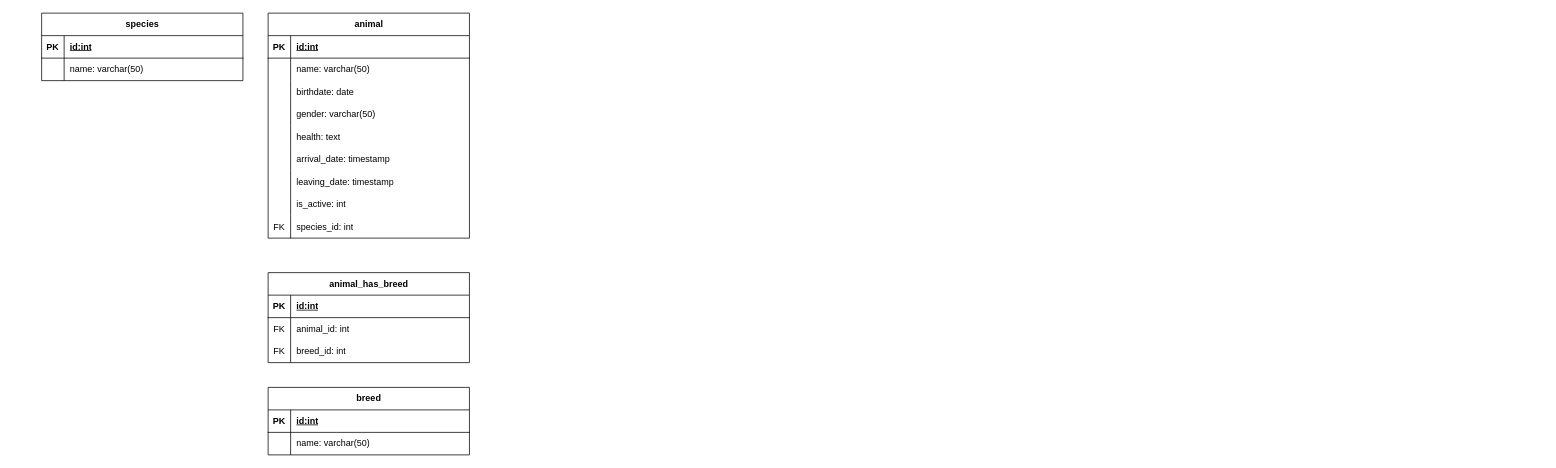
Above: Diagramme sans nom.drawio in AlainBonneau/Calculator (draw.io), before the change. Source tidied: cells renumbered, new cells numbered last; positions are measured from the earlier drawing's top-left corner, leaving out a move shared by most shapes. Both pictures are drawn from the tidied source at 75%, with x=0, y=0 at pixel (41, 13).
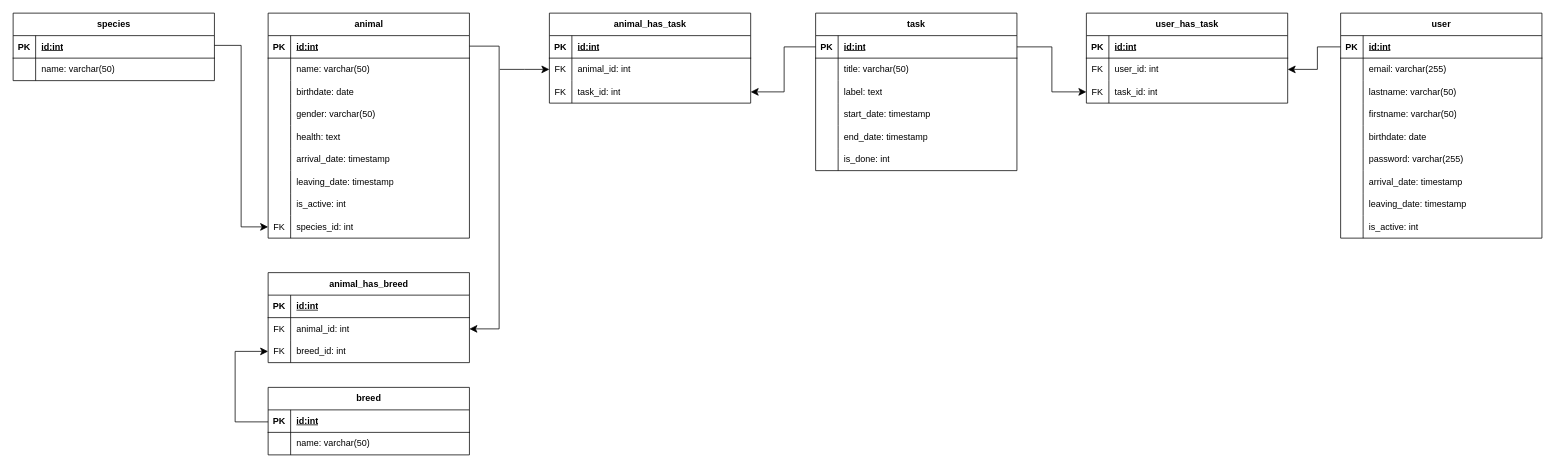
The same page after the edit.

Commit message (it also covers changes not shown here):
Mettre à jour Diagramme sans nom.drawio

Unchanged cells that the change refers to:
```xml
<mxCell id="27" style="shape=tableRow;horizontal=0;startSize=0;swimlaneHead=0;swimlaneBody=0;fillColor=none;points=[[0,0.5],[1,0.5]];portConstraint=eastwest;top=0;left=0;right=0;bottom=0;" parent="2" vertex="1">
  <mxGeometry y="270" width="268.4" height="30" as="geometry" />
</mxCell>
<mxCell id="41" style="shape=tableRow;horizontal=0;startSize=0;swimlaneHead=0;swimlaneBody=0;fillColor=none;points=[[0,0.5],[1,0.5]];portConstraint=eastwest;top=0;left=0;right=0;bottom=0;" parent="37" vertex="1">
  <mxGeometry y="60" width="268.4" height="30" as="geometry" />
</mxCell>
<mxCell id="44" style="shape=tableRow;horizontal=0;startSize=0;swimlaneHead=0;swimlaneBody=0;fillColor=none;points=[[0,0.5],[1,0.5]];portConstraint=eastwest;top=0;left=0;right=0;bottom=0;" parent="37" vertex="1">
  <mxGeometry y="90" width="268.4" height="30" as="geometry" />
</mxCell>
```

Change to the diagram source:
```diff
@@
     <mxCell id="30" value="species" style="shape=table;startSize=30;childLayout=tableLayout;rowLines=0;fontStyle=1;align=center;html=1;" parent="1" vertex="1">
-      <mxGeometry width="268.4" height="90" as="geometry" />
+      <mxGeometry x="-38" width="268.4" height="90" as="geometry" />
     </mxCell>
@@
+    <mxCell id="54" value="animal_has_task" style="shape=table;startSize=30;childLayout=tableLayout;rowLines=0;fontStyle=1;align=center;html=1;" parent="1" vertex="1">
+      <mxGeometry x="677" width="268.4" height="120" as="geometry" />
+    </mxCell>
+    <mxCell id="55" style="shape=tableRow;horizontal=0;startSize=0;swimlaneHead=0;swimlaneBody=0;fillColor=none;top=0;left=0;right=0;bottom=1;" parent="54" vertex="1">
+      <mxGeometry y="30" width="268.4" height="30" as="geometry" />
+    </mxCell>
+    <mxCell id="56" value="PK" style="shape=partialRectangle;fillColor=none;top=0;left=0;bottom=0;right=0;fontStyle=1;overflow=hidden;whiteSpace=wrap;html=1;" parent="55" vertex="1">
+      <mxGeometry width="30" height="30" as="geometry" />
+    </mxCell>
+    <mxCell id="57" value="id:int" style="shape=partialRectangle;fillColor=none;top=0;left=0;bottom=0;right=0;align=left;spacingLeft=6;fontStyle=5;overflow=hidden;whiteSpace=wrap;html=1;" parent="55" vertex="1">
+      <mxGeometry x="30" width="238.4" height="30" as="geometry" />
+    </mxCell>
+    <mxCell id="58" style="shape=tableRow;horizontal=0;startSize=0;swimlaneHead=0;swimlaneBody=0;fillColor=none;points=[[0,0.5],[1,0.5]];portConstraint=eastwest;top=0;left=0;right=0;bottom=0;" parent="54" vertex="1">
+      <mxGeometry y="60" width="268.4" height="30" as="geometry" />
+    </mxCell>
+    <mxCell id="59" value="FK" style="shape=partialRectangle;fillColor=none;top=0;left=0;bottom=0;right=0;overflow=hidden;whiteSpace=wrap;html=1;" parent="58" vertex="1">
+      <mxGeometry width="30" height="30" as="geometry" />
+    </mxCell>
+    <mxCell id="60" value="animal_id: int" style="shape=partialRectangle;fillColor=none;top=0;left=0;bottom=0;right=0;align=left;spacingLeft=6;overflow=hidden;whiteSpace=wrap;html=1;" parent="58" vertex="1">
+      <mxGeometry x="30" width="238.4" height="30" as="geometry" />
+    </mxCell>
+    <mxCell id="61" style="shape=tableRow;horizontal=0;startSize=0;swimlaneHead=0;swimlaneBody=0;fillColor=none;points=[[0,0.5],[1,0.5]];portConstraint=eastwest;top=0;left=0;right=0;bottom=0;" parent="54" vertex="1">
+      <mxGeometry y="90" width="268.4" height="30" as="geometry" />
+    </mxCell>
+    <mxCell id="62" value="FK" style="shape=partialRectangle;fillColor=none;top=0;left=0;bottom=0;right=0;overflow=hidden;whiteSpace=wrap;html=1;" parent="61" vertex="1">
+      <mxGeometry width="30" height="30" as="geometry" />
+    </mxCell>
+    <mxCell id="63" value="task_id: int" style="shape=partialRectangle;fillColor=none;top=0;left=0;bottom=0;right=0;align=left;spacingLeft=6;overflow=hidden;whiteSpace=wrap;html=1;" parent="61" vertex="1">
+      <mxGeometry x="30" width="238.4" height="30" as="geometry" />
+    </mxCell>
+    <mxCell id="64" value="task" style="shape=table;startSize=30;childLayout=tableLayout;rowLines=0;fontStyle=1;align=center;html=1;" parent="1" vertex="1">
+      <mxGeometry x="1032" width="268.4" height="210" as="geometry" />
+    </mxCell>
+    <mxCell id="65" style="shape=tableRow;horizontal=0;startSize=0;swimlaneHead=0;swimlaneBody=0;fillColor=none;points=[[0,0.5],[1,0.5]];portConstraint=eastwest;top=0;left=0;right=0;bottom=1;" parent="64" vertex="1">
+      <mxGeometry y="30" width="268.4" height="30" as="geometry" />
+    </mxCell>
+    <mxCell id="66" value="PK" style="shape=partialRectangle;fillColor=none;top=0;left=0;bottom=0;right=0;fontStyle=1;overflow=hidden;whiteSpace=wrap;html=1;" parent="65" vertex="1">
+      <mxGeometry width="30" height="30" as="geometry" />
+    </mxCell>
+    <mxCell id="67" value="id:int" style="shape=partialRectangle;fillColor=none;top=0;left=0;bottom=0;right=0;align=left;spacingLeft=6;fontStyle=5;overflow=hidden;whiteSpace=wrap;html=1;" parent="65" vertex="1">
+      <mxGeometry x="30" width="238.4" height="30" as="geometry" />
+    </mxCell>
+    <mxCell id="68" style="shape=tableRow;horizontal=0;startSize=0;swimlaneHead=0;swimlaneBody=0;fillColor=none;top=0;left=0;right=0;bottom=0;" parent="64" vertex="1">
+      <mxGeometry y="60" width="268.4" height="30" as="geometry" />
+    </mxCell>
+    <mxCell id="69" style="shape=partialRectangle;fillColor=none;top=0;left=0;bottom=0;right=0;overflow=hidden;whiteSpace=wrap;html=1;" parent="68" vertex="1">
+      <mxGeometry width="30" height="30" as="geometry" />
+    </mxCell>
+    <mxCell id="70" value="title: varchar(50)" style="shape=partialRectangle;fillColor=none;top=0;left=0;bottom=0;right=0;align=left;spacingLeft=6;overflow=hidden;whiteSpace=wrap;html=1;" parent="68" vertex="1">
+      <mxGeometry x="30" width="238.4" height="30" as="geometry" />
+    </mxCell>
+    <mxCell id="71" style="shape=tableRow;horizontal=0;startSize=0;swimlaneHead=0;swimlaneBody=0;fillColor=none;top=0;left=0;right=0;bottom=0;" parent="64" vertex="1">
+      <mxGeometry y="90" width="268.4" height="30" as="geometry" />
+    </mxCell>
+    <mxCell id="72" style="shape=partialRectangle;fillColor=none;top=0;left=0;bottom=0;right=0;overflow=hidden;whiteSpace=wrap;html=1;" parent="71" vertex="1">
+      <mxGeometry width="30" height="30" as="geometry" />
+    </mxCell>
+    <mxCell id="73" value="label: text" style="shape=partialRectangle;fillColor=none;top=0;left=0;bottom=0;right=0;align=left;spacingLeft=6;overflow=hidden;whiteSpace=wrap;html=1;" parent="71" vertex="1">
+      <mxGeometry x="30" width="238.4" height="30" as="geometry" />
+    </mxCell>
+    <mxCell id="74" style="shape=tableRow;horizontal=0;startSize=0;swimlaneHead=0;swimlaneBody=0;fillColor=none;top=0;left=0;right=0;bottom=0;" parent="64" vertex="1">
+      <mxGeometry y="120" width="268.4" height="30" as="geometry" />
+    </mxCell>
+    <mxCell id="75" style="shape=partialRectangle;fillColor=none;top=0;left=0;bottom=0;right=0;overflow=hidden;whiteSpace=wrap;html=1;" parent="74" vertex="1">
+      <mxGeometry width="30" height="30" as="geometry" />
+    </mxCell>
+    <mxCell id="76" value="start_date: timestamp" style="shape=partialRectangle;fillColor=none;top=0;left=0;bottom=0;right=0;align=left;spacingLeft=6;overflow=hidden;whiteSpace=wrap;html=1;" parent="74" vertex="1">
+      <mxGeometry x="30" width="238.4" height="30" as="geometry" />
+    </mxCell>
+    <mxCell id="77" style="shape=tableRow;horizontal=0;startSize=0;swimlaneHead=0;swimlaneBody=0;fillColor=none;top=0;left=0;right=0;bottom=0;" parent="64" vertex="1">
+      <mxGeometry y="150" width="268.4" height="30" as="geometry" />
+    </mxCell>
+    <mxCell id="78" style="shape=partialRectangle;fillColor=none;top=0;left=0;bottom=0;right=0;overflow=hidden;whiteSpace=wrap;html=1;" parent="77" vertex="1">
+      <mxGeometry width="30" height="30" as="geometry" />
+    </mxCell>
+    <mxCell id="79" value="end_date: timestamp" style="shape=partialRectangle;fillColor=none;top=0;left=0;bottom=0;right=0;align=left;spacingLeft=6;overflow=hidden;whiteSpace=wrap;html=1;" parent="77" vertex="1">
+      <mxGeometry x="30" width="238.4" height="30" as="geometry" />
+    </mxCell>
+    <mxCell id="80" style="shape=tableRow;horizontal=0;startSize=0;swimlaneHead=0;swimlaneBody=0;fillColor=none;top=0;left=0;right=0;bottom=0;" parent="64" vertex="1">
+      <mxGeometry y="180" width="268.4" height="30" as="geometry" />
+    </mxCell>
+    <mxCell id="81" style="shape=partialRectangle;fillColor=none;top=0;left=0;bottom=0;right=0;overflow=hidden;whiteSpace=wrap;html=1;" parent="80" vertex="1">
+      <mxGeometry width="30" height="30" as="geometry" />
+    </mxCell>
+    <mxCell id="82" value="is_done: int" style="shape=partialRectangle;fillColor=none;top=0;left=0;bottom=0;right=0;align=left;spacingLeft=6;overflow=hidden;whiteSpace=wrap;html=1;" parent="80" vertex="1">
+      <mxGeometry x="30" width="238.4" height="30" as="geometry" />
+    </mxCell>
+    <mxCell id="83" value="user_has_task" style="shape=table;startSize=30;childLayout=tableLayout;rowLines=0;fontStyle=1;align=center;html=1;" parent="1" vertex="1">
+      <mxGeometry x="1393" width="268.4" height="120" as="geometry" />
+    </mxCell>
+    <mxCell id="84" style="shape=tableRow;horizontal=0;startSize=0;swimlaneHead=0;swimlaneBody=0;fillColor=none;top=0;left=0;right=0;bottom=1;" parent="83" vertex="1">
+      <mxGeometry y="30" width="268.4" height="30" as="geometry" />
+    </mxCell>
+    <mxCell id="85" value="PK" style="shape=partialRectangle;fillColor=none;top=0;left=0;bottom=0;right=0;fontStyle=1;overflow=hidden;whiteSpace=wrap;html=1;" parent="84" vertex="1">
+      <mxGeometry width="30" height="30" as="geometry" />
+    </mxCell>
+    <mxCell id="86" value="id:int" style="shape=partialRectangle;fillColor=none;top=0;left=0;bottom=0;right=0;align=left;spacingLeft=6;fontStyle=5;overflow=hidden;whiteSpace=wrap;html=1;" parent="84" vertex="1">
+      <mxGeometry x="30" width="238.4" height="30" as="geometry" />
+    </mxCell>
+    <mxCell id="87" style="shape=tableRow;horizontal=0;startSize=0;swimlaneHead=0;swimlaneBody=0;fillColor=none;points=[[0,0.5],[1,0.5]];portConstraint=eastwest;top=0;left=0;right=0;bottom=0;" parent="83" vertex="1">
+      <mxGeometry y="60" width="268.4" height="30" as="geometry" />
+    </mxCell>
+    <mxCell id="88" value="FK" style="shape=partialRectangle;fillColor=none;top=0;left=0;bottom=0;right=0;overflow=hidden;whiteSpace=wrap;html=1;" parent="87" vertex="1">
+      <mxGeometry width="30" height="30" as="geometry" />
+    </mxCell>
+    <mxCell id="89" value="user_id: int" style="shape=partialRectangle;fillColor=none;top=0;left=0;bottom=0;right=0;align=left;spacingLeft=6;overflow=hidden;whiteSpace=wrap;html=1;" parent="87" vertex="1">
+      <mxGeometry x="30" width="238.4" height="30" as="geometry" />
+    </mxCell>
+    <mxCell id="90" style="shape=tableRow;horizontal=0;startSize=0;swimlaneHead=0;swimlaneBody=0;fillColor=none;points=[[0,0.5],[1,0.5]];portConstraint=eastwest;top=0;left=0;right=0;bottom=0;" parent="83" vertex="1">
+      <mxGeometry y="90" width="268.4" height="30" as="geometry" />
+    </mxCell>
+    <mxCell id="91" value="FK" style="shape=partialRectangle;fillColor=none;top=0;left=0;bottom=0;right=0;overflow=hidden;whiteSpace=wrap;html=1;" parent="90" vertex="1">
+      <mxGeometry width="30" height="30" as="geometry" />
+    </mxCell>
+    <mxCell id="92" value="task_id: int" style="shape=partialRectangle;fillColor=none;top=0;left=0;bottom=0;right=0;align=left;spacingLeft=6;overflow=hidden;whiteSpace=wrap;html=1;" parent="90" vertex="1">
+      <mxGeometry x="30" width="238.4" height="30" as="geometry" />
+    </mxCell>
+    <mxCell id="93" value="user" style="shape=table;startSize=30;childLayout=tableLayout;rowLines=0;fontStyle=1;align=center;html=1;" parent="1" vertex="1">
+      <mxGeometry x="1732" width="268.4" height="300" as="geometry" />
+    </mxCell>
+    <mxCell id="94" style="shape=tableRow;horizontal=0;startSize=0;swimlaneHead=0;swimlaneBody=0;fillColor=none;points=[[0,0.5],[1,0.5]];portConstraint=eastwest;top=0;left=0;right=0;bottom=1;" parent="93" vertex="1">
+      <mxGeometry y="30" width="268.4" height="30" as="geometry" />
+    </mxCell>
+    <mxCell id="95" value="PK" style="shape=partialRectangle;fillColor=none;top=0;left=0;bottom=0;right=0;fontStyle=1;overflow=hidden;whiteSpace=wrap;html=1;" parent="94" vertex="1">
+      <mxGeometry width="30" height="30" as="geometry" />
+    </mxCell>
+    <mxCell id="96" value="id:int" style="shape=partialRectangle;fillColor=none;top=0;left=0;bottom=0;right=0;align=left;spacingLeft=6;fontStyle=5;overflow=hidden;whiteSpace=wrap;html=1;" parent="94" vertex="1">
+      <mxGeometry x="30" width="238.4" height="30" as="geometry" />
+    </mxCell>
+    <mxCell id="97" style="shape=tableRow;horizontal=0;startSize=0;swimlaneHead=0;swimlaneBody=0;fillColor=none;top=0;left=0;right=0;bottom=0;" parent="93" vertex="1">
+      <mxGeometry y="60" width="268.4" height="30" as="geometry" />
+    </mxCell>
+    <mxCell id="98" style="shape=partialRectangle;fillColor=none;top=0;left=0;bottom=0;right=0;overflow=hidden;whiteSpace=wrap;html=1;" parent="97" vertex="1">
+      <mxGeometry width="30" height="30" as="geometry" />
+    </mxCell>
+    <mxCell id="99" value="email: varchar(255)" style="shape=partialRectangle;fillColor=none;top=0;left=0;bottom=0;right=0;align=left;spacingLeft=6;overflow=hidden;whiteSpace=wrap;html=1;" parent="97" vertex="1">
+      <mxGeometry x="30" width="238.4" height="30" as="geometry" />
+    </mxCell>
+    <mxCell id="100" style="shape=tableRow;horizontal=0;startSize=0;swimlaneHead=0;swimlaneBody=0;fillColor=none;top=0;left=0;right=0;bottom=0;" parent="93" vertex="1">
+      <mxGeometry y="90" width="268.4" height="30" as="geometry" />
+    </mxCell>
+    <mxCell id="101" style="shape=partialRectangle;fillColor=none;top=0;left=0;bottom=0;right=0;overflow=hidden;whiteSpace=wrap;html=1;" parent="100" vertex="1">
+      <mxGeometry width="30" height="30" as="geometry" />
+    </mxCell>
+    <mxCell id="102" value="lastname: varchar(50)" style="shape=partialRectangle;fillColor=none;top=0;left=0;bottom=0;right=0;align=left;spacingLeft=6;overflow=hidden;whiteSpace=wrap;html=1;" parent="100" vertex="1">
+      <mxGeometry x="30" width="238.4" height="30" as="geometry" />
+    </mxCell>
+    <mxCell id="103" style="shape=tableRow;horizontal=0;startSize=0;swimlaneHead=0;swimlaneBody=0;fillColor=none;top=0;left=0;right=0;bottom=0;" parent="93" vertex="1">
+      <mxGeometry y="120" width="268.4" height="30" as="geometry" />
+    </mxCell>
+    <mxCell id="104" style="shape=partialRectangle;fillColor=none;top=0;left=0;bottom=0;right=0;overflow=hidden;whiteSpace=wrap;html=1;" parent="103" vertex="1">
+      <mxGeometry width="30" height="30" as="geometry" />
+    </mxCell>
+    <mxCell id="105" value="firstname: varchar(50)" style="shape=partialRectangle;fillColor=none;top=0;left=0;bottom=0;right=0;align=left;spacingLeft=6;overflow=hidden;whiteSpace=wrap;html=1;" parent="103" vertex="1">
+      <mxGeometry x="30" width="238.4" height="30" as="geometry" />
+    </mxCell>
+    <mxCell id="106" style="shape=tableRow;horizontal=0;startSize=0;swimlaneHead=0;swimlaneBody=0;fillColor=none;top=0;left=0;right=0;bottom=0;" parent="93" vertex="1">
+      <mxGeometry y="150" width="268.4" height="30" as="geometry" />
+    </mxCell>
+    <mxCell id="107" style="shape=partialRectangle;fillColor=none;top=0;left=0;bottom=0;right=0;overflow=hidden;whiteSpace=wrap;html=1;" parent="106" vertex="1">
+      <mxGeometry width="30" height="30" as="geometry" />
+    </mxCell>
+    <mxCell id="108" value="birthdate: date" style="shape=partialRectangle;fillColor=none;top=0;left=0;bottom=0;right=0;align=left;spacingLeft=6;overflow=hidden;whiteSpace=wrap;html=1;" parent="106" vertex="1">
+      <mxGeometry x="30" width="238.4" height="30" as="geometry" />
+    </mxCell>
+    <mxCell id="109" style="shape=tableRow;horizontal=0;startSize=0;swimlaneHead=0;swimlaneBody=0;fillColor=none;top=0;left=0;right=0;bottom=0;" parent="93" vertex="1">
+      <mxGeometry y="180" width="268.4" height="30" as="geometry" />
+    </mxCell>
+    <mxCell id="110" style="shape=partialRectangle;fillColor=none;top=0;left=0;bottom=0;right=0;overflow=hidden;whiteSpace=wrap;html=1;" parent="109" vertex="1">
+      <mxGeometry width="30" height="30" as="geometry" />
+    </mxCell>
+    <mxCell id="111" value="password: varchar(255)" style="shape=partialRectangle;fillColor=none;top=0;left=0;bottom=0;right=0;align=left;spacingLeft=6;overflow=hidden;whiteSpace=wrap;html=1;" parent="109" vertex="1">
+      <mxGeometry x="30" width="238.4" height="30" as="geometry" />
+    </mxCell>
+    <mxCell id="112" style="shape=tableRow;horizontal=0;startSize=0;swimlaneHead=0;swimlaneBody=0;fillColor=none;top=0;left=0;right=0;bottom=0;" parent="93" vertex="1">
+      <mxGeometry y="210" width="268.4" height="30" as="geometry" />
+    </mxCell>
+    <mxCell id="113" style="shape=partialRectangle;fillColor=none;top=0;left=0;bottom=0;right=0;overflow=hidden;whiteSpace=wrap;html=1;" parent="112" vertex="1">
+      <mxGeometry width="30" height="30" as="geometry" />
+    </mxCell>
+    <mxCell id="114" value="arrival_date: timestamp" style="shape=partialRectangle;fillColor=none;top=0;left=0;bottom=0;right=0;align=left;spacingLeft=6;overflow=hidden;whiteSpace=wrap;html=1;" parent="112" vertex="1">
+      <mxGeometry x="30" width="238.4" height="30" as="geometry" />
+    </mxCell>
+    <mxCell id="115" style="shape=tableRow;horizontal=0;startSize=0;swimlaneHead=0;swimlaneBody=0;fillColor=none;top=0;left=0;right=0;bottom=0;" parent="93" vertex="1">
+      <mxGeometry y="240" width="268.4" height="30" as="geometry" />
+    </mxCell>
+    <mxCell id="116" style="shape=partialRectangle;fillColor=none;top=0;left=0;bottom=0;right=0;overflow=hidden;whiteSpace=wrap;html=1;" parent="115" vertex="1">
+      <mxGeometry width="30" height="30" as="geometry" />
+    </mxCell>
+    <mxCell id="117" value="leaving_date: timestamp" style="shape=partialRectangle;fillColor=none;top=0;left=0;bottom=0;right=0;align=left;spacingLeft=6;overflow=hidden;whiteSpace=wrap;html=1;" parent="115" vertex="1">
+      <mxGeometry x="30" width="238.4" height="30" as="geometry" />
+    </mxCell>
+    <mxCell id="118" style="shape=tableRow;horizontal=0;startSize=0;swimlaneHead=0;swimlaneBody=0;fillColor=none;top=0;left=0;right=0;bottom=0;" parent="93" vertex="1">
+      <mxGeometry y="270" width="268.4" height="30" as="geometry" />
+    </mxCell>
+    <mxCell id="119" style="shape=partialRectangle;fillColor=none;top=0;left=0;bottom=0;right=0;overflow=hidden;whiteSpace=wrap;html=1;" parent="118" vertex="1">
+      <mxGeometry width="30" height="30" as="geometry" />
+    </mxCell>
+    <mxCell id="120" value="is_active: int" style="shape=partialRectangle;fillColor=none;top=0;left=0;bottom=0;right=0;align=left;spacingLeft=6;overflow=hidden;whiteSpace=wrap;html=1;" parent="118" vertex="1">
+      <mxGeometry x="30" width="238.4" height="30" as="geometry" />
+    </mxCell>
+    <mxCell id="121" style="edgeStyle=elbowEdgeStyle;elbow=horizontal;endArrow=classic;html=1;curved=0;rounded=0;endSize=8;startSize=8;entryX=0;entryY=0.5;entryDx=0;entryDy=0;" parent="1" edge="1" target="27">
+      <mxGeometry relative="1" as="geometry">
+        <mxPoint x="230.4" y="43" as="sourcePoint" />
+      </mxGeometry>
+    </mxCell>
+    <mxCell id="122" style="edgeStyle=elbowEdgeStyle;elbow=horizontal;endArrow=classic;html=1;curved=0;rounded=0;endSize=8;startSize=8;entryX=1;entryY=0.5;entryDx=0;entryDy=0;" parent="1" edge="1" target="41">
+      <mxGeometry relative="1" as="geometry">
+        <mxPoint x="570.4" y="44" as="sourcePoint" />
+        <Array as="points">
+          <mxPoint x="610" y="235" />
+        </Array>
+      </mxGeometry>
+    </mxCell>
+    <mxCell id="123" style="edgeStyle=elbowEdgeStyle;elbow=horizontal;endArrow=classic;html=1;curved=0;rounded=0;endSize=8;startSize=8;entryX=0;entryY=0.5;entryDx=0;entryDy=0;" parent="1" edge="1" target="58">
+      <mxGeometry relative="1" as="geometry">
+        <mxPoint x="611" y="75" as="sourcePoint" />
+      </mxGeometry>
+    </mxCell>
+    <mxCell id="124" style="edgeStyle=elbowEdgeStyle;elbow=horizontal;endArrow=classic;html=1;curved=0;rounded=0;endSize=8;startSize=8;exitX=0;exitY=0.5;exitDx=0;exitDy=0;entryX=0;entryY=0.5;entryDx=0;entryDy=0;" parent="1" edge="1" target="44">
+      <mxGeometry relative="1" as="geometry">
+        <mxPoint x="302" y="545" as="sourcePoint" />
+        <Array as="points">
+          <mxPoint x="258" y="480" />
+        </Array>
+      </mxGeometry>
+    </mxCell>
+    <mxCell id="125" style="edgeStyle=elbowEdgeStyle;elbow=horizontal;endArrow=classic;html=1;curved=0;rounded=0;endSize=8;startSize=8;exitX=0;exitY=0.5;exitDx=0;exitDy=0;entryX=1;entryY=0.5;entryDx=0;entryDy=0;" parent="1" edge="1" source="65" target="61">
+      <mxGeometry relative="1" as="geometry">
+        <Array as="points">
+          <mxPoint x="990" y="85" />
+        </Array>
+      </mxGeometry>
+    </mxCell>
+    <mxCell id="126" style="edgeStyle=elbowEdgeStyle;elbow=horizontal;endArrow=classic;html=1;curved=0;rounded=0;endSize=8;startSize=8;entryX=0;entryY=0.5;entryDx=0;entryDy=0;" parent="1" edge="1" target="90">
+      <mxGeometry relative="1" as="geometry">
+        <mxPoint x="1300.4" y="45" as="sourcePoint" />
+      </mxGeometry>
+    </mxCell>
+    <mxCell id="127" style="edgeStyle=elbowEdgeStyle;elbow=horizontal;endArrow=classic;html=1;curved=0;rounded=0;endSize=8;startSize=8;exitX=0;exitY=0.5;exitDx=0;exitDy=0;entryX=1;entryY=0.5;entryDx=0;entryDy=0;" parent="1" edge="1" source="94" target="87">
+      <mxGeometry relative="1" as="geometry">
+        <Array as="points">
+          <mxPoint x="1701" y="59" />
+        </Array>
+      </mxGeometry>
+    </mxCell>
```
